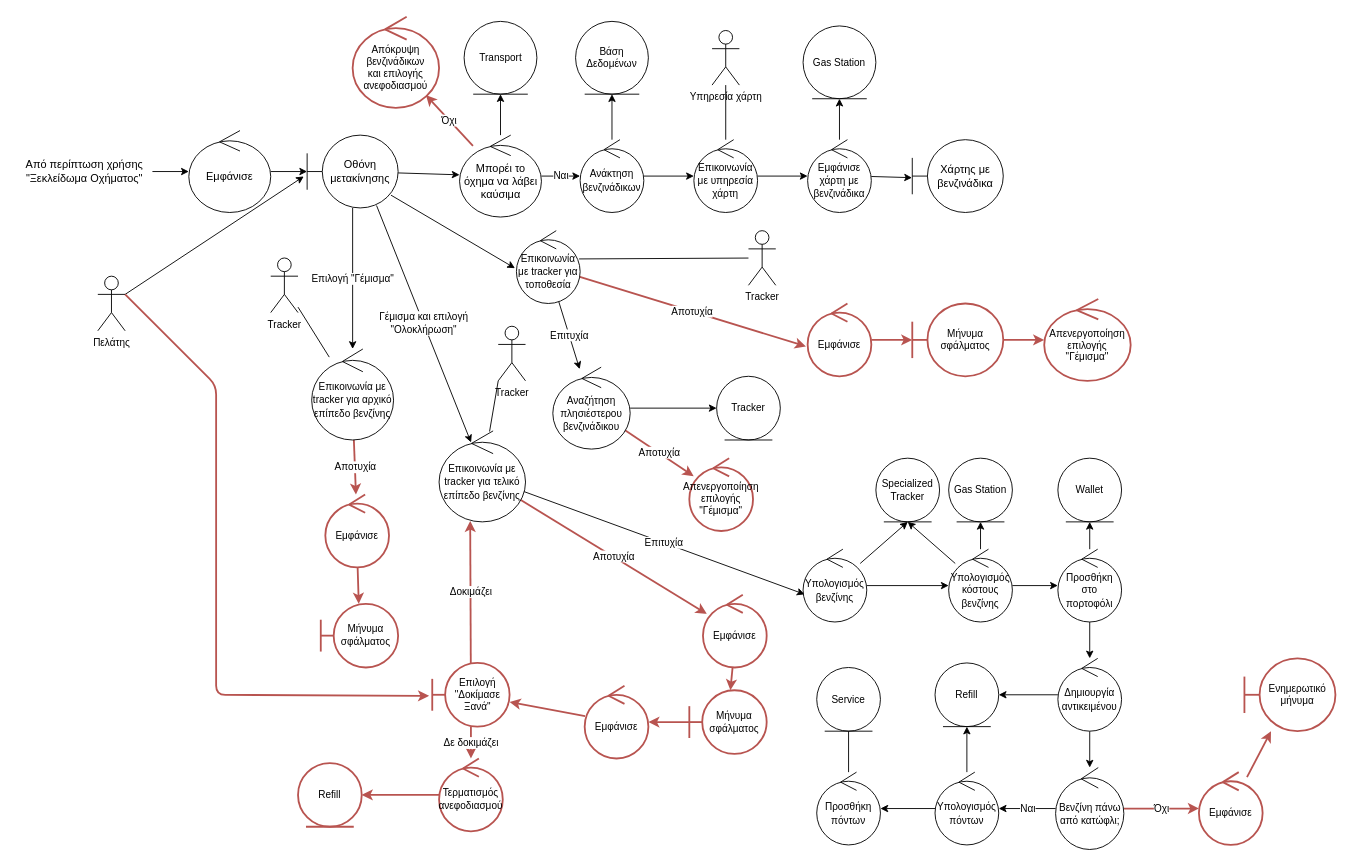
This is Part_3/Robustness/diagrams/14_Ανεφοδιασμός_Οχήματος.drawio from Nikolis2002/texnoligia_logismikou, a draw.io file, before an edit. Source tidied: cells renumbered, new cells numbered last; positions are measured from the earlier drawing's top-left corner, leaving out a move shared by most shapes. Both pictures are drawn from the tidied source at 91%, with x=0, y=0 at pixel (15, 16).
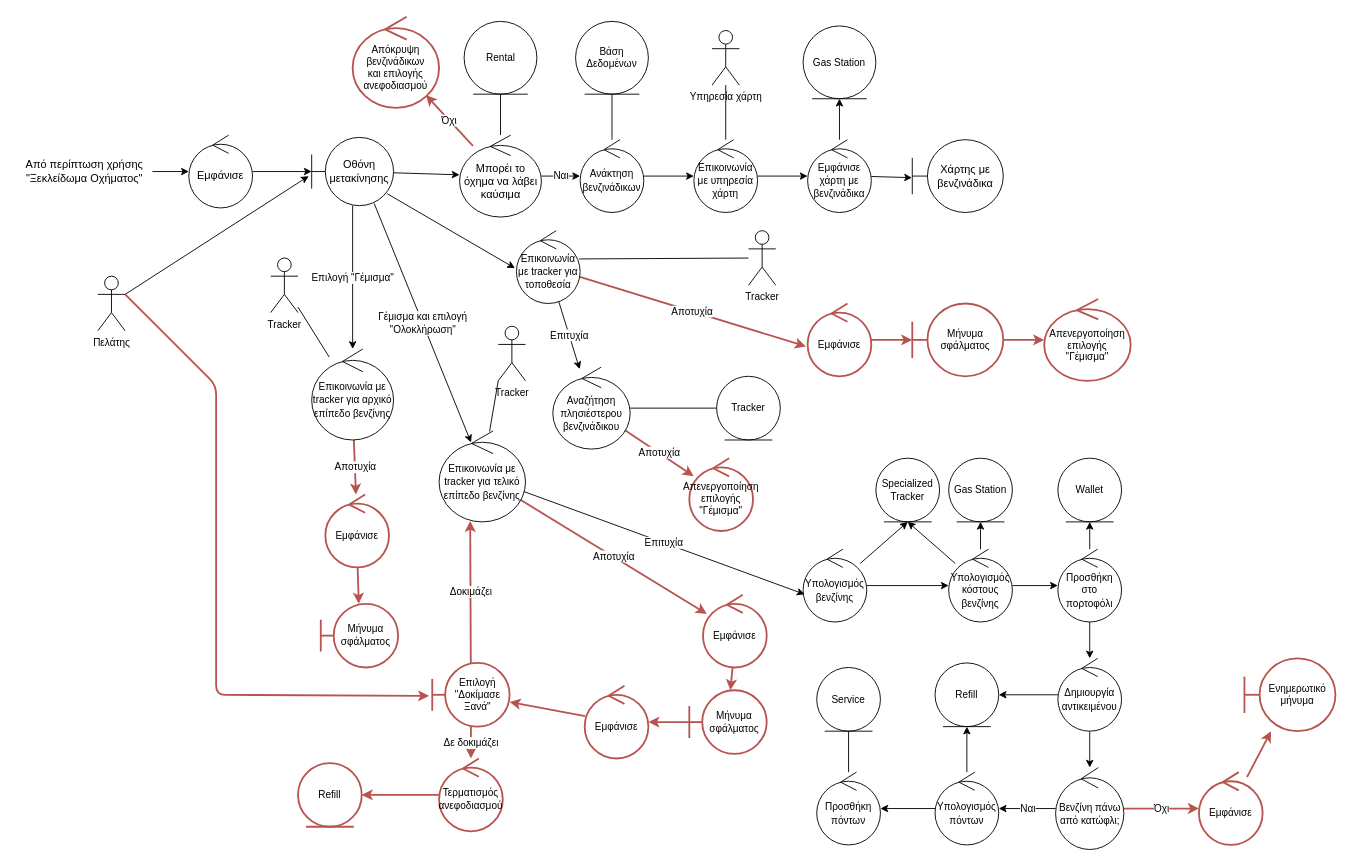
After the change.

Unchanged cells that the change refers to:
```xml
<mxCell id="5" value="Μπορέι το όχημα να λάβει καύσιμα" style="ellipse;shape=umlControl;whiteSpace=wrap;html=1;" parent="1" vertex="1">
  <mxGeometry x="487.5" y="130" width="90" height="90" as="geometry" />
</mxCell>
<mxCell id="8" value="&lt;font style=&quot;font-size: 11px;&quot;&gt;Ανάκτηση βενζινάδικων&lt;/font&gt;" style="ellipse;shape=umlControl;whiteSpace=wrap;html=1;" parent="1" vertex="1">
  <mxGeometry x="620" y="135" width="70" height="80" as="geometry" />
</mxCell>
<mxCell id="9" value="Βάση Δεδομένων" style="ellipse;shape=umlEntity;whiteSpace=wrap;html=1;fontSize=11;" parent="1" vertex="1">
  <mxGeometry x="615" y="5" width="80" height="80" as="geometry" />
</mxCell>
<mxCell id="29" value="&lt;font style=&quot;font-size: 11px;&quot;&gt;Αναζήτηση πλησιέστερου βενζινάδικου&lt;/font&gt;" style="ellipse;shape=umlControl;whiteSpace=wrap;html=1;" parent="1" vertex="1">
  <mxGeometry x="590" y="385" width="85" height="90" as="geometry" />
</mxCell>
<mxCell id="30" value="Tracker" style="ellipse;shape=umlEntity;whiteSpace=wrap;html=1;fontSize=11;" parent="1" vertex="1">
  <mxGeometry x="770" y="395" width="70" height="70" as="geometry" />
</mxCell>
```

What changed in the source:
```diff
@@
-    <mxCell id="3" style="edgeStyle=none;html=1;" parent="1" edge="1" source="5" target="11">
+    <mxCell id="3" style="edgeStyle=none;html=1;endArrow=none;endFill=0;" parent="1" edge="1" source="5" target="11">
       <mxGeometry relative="1" as="geometry" />
     </mxCell>
@@
-    <mxCell id="6" style="edgeStyle=none;html=1;fontSize=11;" parent="1" edge="1" source="8" target="9">
+    <mxCell id="6" style="edgeStyle=none;html=1;fontSize=11;endArrow=none;endFill=0;" parent="1" edge="1" source="8" target="9">
       <mxGeometry relative="1" as="geometry" />
     </mxCell>
@@
-    <mxCell id="11" value="Transport" style="ellipse;shape=umlEntity;whiteSpace=wrap;html=1;fontSize=11;" parent="1" vertex="1">
+    <mxCell id="11" value="Rental" style="ellipse;shape=umlEntity;whiteSpace=wrap;html=1;fontSize=11;" parent="1" vertex="1">
       <mxGeometry x="492.5" y="5" width="80" height="80" as="geometry" />
     </mxCell>
@@
-    <mxCell id="27" style="edgeStyle=none;html=1;endArrow=classic;endFill=1;" parent="1" edge="1" source="29" target="30">
+    <mxCell id="27" style="edgeStyle=none;html=1;endArrow=none;endFill=0;" parent="1" edge="1" source="29" target="30">
       <mxGeometry relative="1" as="geometry" />
     </mxCell>
@@
     <mxCell id="93" value="Οθόνη μετακίνησης" style="shape=umlBoundary;whiteSpace=wrap;html=1;" parent="1" vertex="1">
-      <mxGeometry x="320" y="130" width="100" height="80" as="geometry" />
+      <mxGeometry x="325" y="132.5" width="90" height="75" as="geometry" />
     </mxCell>
@@
     <mxCell id="97" value="Εμφάνισε" style="ellipse;shape=umlControl;whiteSpace=wrap;html=1;" parent="1" vertex="1">
-      <mxGeometry x="190" y="125" width="90" height="90" as="geometry" />
+      <mxGeometry x="190" y="130" width="70" height="80" as="geometry" />
     </mxCell>
```
